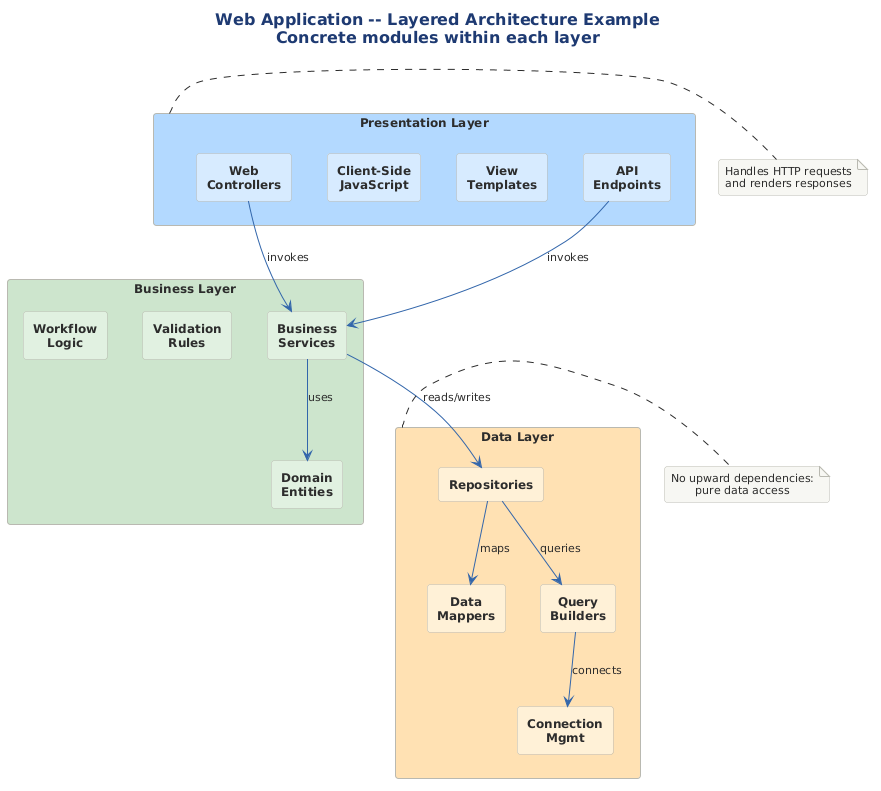
This is src/architecture/views-and-beyond/style-catalogs/module/layered-style/png/web-app-layered-arch-concrete-modules-within.png from Notoriousjayy/latex-docs, a PlantUML export, as it was before one commit. Its diagram source:
```plantuml
@startuml
skinparam rectangleRoundCorner 8
!include ../../../../../../tooling/styles/plantuml/structural/component-diagram-style.iuml

skinparam rectangleFontSize 12
skinparam rectangleFontStyle bold

title Web Application -- Layered Architecture Example\nConcrete modules within each layer

rectangle "**Presentation Layer**" as PRES #B3D9FF {
  rectangle "Web\nControllers" as wc #D6EBFF
  rectangle "View\nTemplates" as vt #D6EBFF
  rectangle "Client-Side\nJavaScript" as js #D6EBFF
  rectangle "API\nEndpoints" as api #D6EBFF
}

rectangle "**Business Layer**" as BIZ #CCE5CC {
  rectangle "Domain\nEntities" as de #E0F0E0
  rectangle "Business\nServices" as bs #E0F0E0
  rectangle "Validation\nRules" as vr #E0F0E0
  rectangle "Workflow\nLogic" as wl #E0F0E0
}

rectangle "**Data Layer**" as DATA #FFE0B2 {
  rectangle "Repositories" as repo #FFF0D6
  rectangle "Data\nMappers" as dm #FFF0D6
  rectangle "Query\nBuilders" as qb #FFF0D6
  rectangle "Connection\nMgmt" as cm #FFF0D6
}

wc -[#3366AA]-> bs : invokes
api -[#3366AA]-> bs : invokes
bs -[#3366AA]-> repo : reads/writes
bs -[#3366AA]-> de : uses
repo -[#3366AA]-> dm : maps
repo -[#3366AA]-> qb : queries
qb -[#3366AA]-> cm : connects

note right of PRES
  Handles HTTP requests
  and renders responses
end note

note right of DATA
  No upward dependencies:
  pure data access
end note
@enduml
```
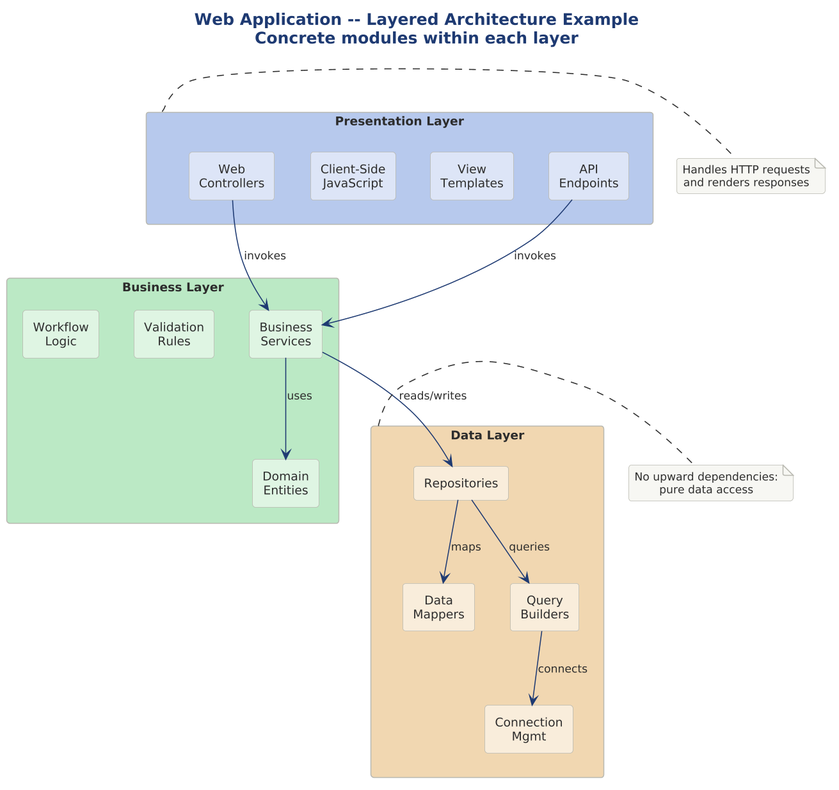
The same file after the commit.

What changed in the source:
```diff
@@ -1,40 +1,41 @@
 @startuml
-skinparam rectangleRoundCorner 8
+
+skinparam dpi 150
+
+
+
 !include ../../../../../../tooling/styles/plantuml/structural/component-diagram-style.iuml
-
-skinparam rectangleFontSize 12
-skinparam rectangleFontStyle bold
 
 title Web Application -- Layered Architecture Example\nConcrete modules within each layer
 
-rectangle "**Presentation Layer**" as PRES #B3D9FF {
-  rectangle "Web\nControllers" as wc #D6EBFF
-  rectangle "View\nTemplates" as vt #D6EBFF
-  rectangle "Client-Side\nJavaScript" as js #D6EBFF
-  rectangle "API\nEndpoints" as api #D6EBFF
+rectangle "**Presentation Layer**" as PRES $deep_primary {
+  rectangle "Web\nControllers" as wc $fill_primary
+  rectangle "View\nTemplates" as vt $fill_primary
+  rectangle "Client-Side\nJavaScript" as js $fill_primary
+  rectangle "API\nEndpoints" as api $fill_primary
 }
 
-rectangle "**Business Layer**" as BIZ #CCE5CC {
-  rectangle "Domain\nEntities" as de #E0F0E0
-  rectangle "Business\nServices" as bs #E0F0E0
-  rectangle "Validation\nRules" as vr #E0F0E0
-  rectangle "Workflow\nLogic" as wl #E0F0E0
+rectangle "**Business Layer**" as BIZ $deep_ok {
+  rectangle "Domain\nEntities" as de $fill_ok
+  rectangle "Business\nServices" as bs $fill_ok
+  rectangle "Validation\nRules" as vr $fill_ok
+  rectangle "Workflow\nLogic" as wl $fill_ok
 }
 
-rectangle "**Data Layer**" as DATA #FFE0B2 {
-  rectangle "Repositories" as repo #FFF0D6
-  rectangle "Data\nMappers" as dm #FFF0D6
-  rectangle "Query\nBuilders" as qb #FFF0D6
-  rectangle "Connection\nMgmt" as cm #FFF0D6
+rectangle "**Data Layer**" as DATA $deep_caution {
+  rectangle "Repositories" as repo $fill_caution
+  rectangle "Data\nMappers" as dm $fill_caution
+  rectangle "Query\nBuilders" as qb $fill_caution
+  rectangle "Connection\nMgmt" as cm $fill_caution
 }
 
-wc -[#3366AA]-> bs : invokes
-api -[#3366AA]-> bs : invokes
-bs -[#3366AA]-> repo : reads/writes
-bs -[#3366AA]-> de : uses
-repo -[#3366AA]-> dm : maps
-repo -[#3366AA]-> qb : queries
-qb -[#3366AA]-> cm : connects
+wc -[$line_primary]-> bs : invokes
+api -[$line_primary]-> bs : invokes
+bs -[$line_primary]-> repo : reads/writes
+bs -[$line_primary]-> de : uses
+repo -[$line_primary]-> dm : maps
+repo -[$line_primary]-> qb : queries
+qb -[$line_primary]-> cm : connects
 
 note right of PRES
   Handles HTTP requests
```
